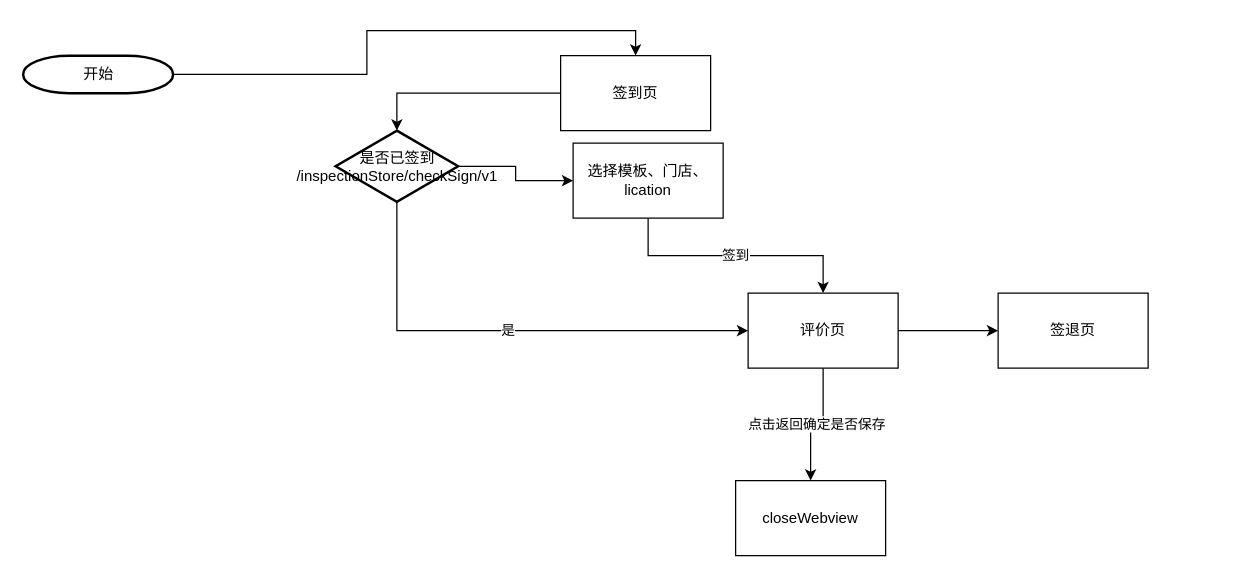
Rockergmail/draw.io keeps this draw.io diagram as Untitled Diagram.drawio. Above is the earlier version. Source tidied: cells renumbered, new cells numbered last; positions are measured from the earlier drawing's top-left corner, leaving out a move shared by most shapes. Both pictures are drawn from the tidied source at 125%, with x=0, y=0 at pixel (22, 55).
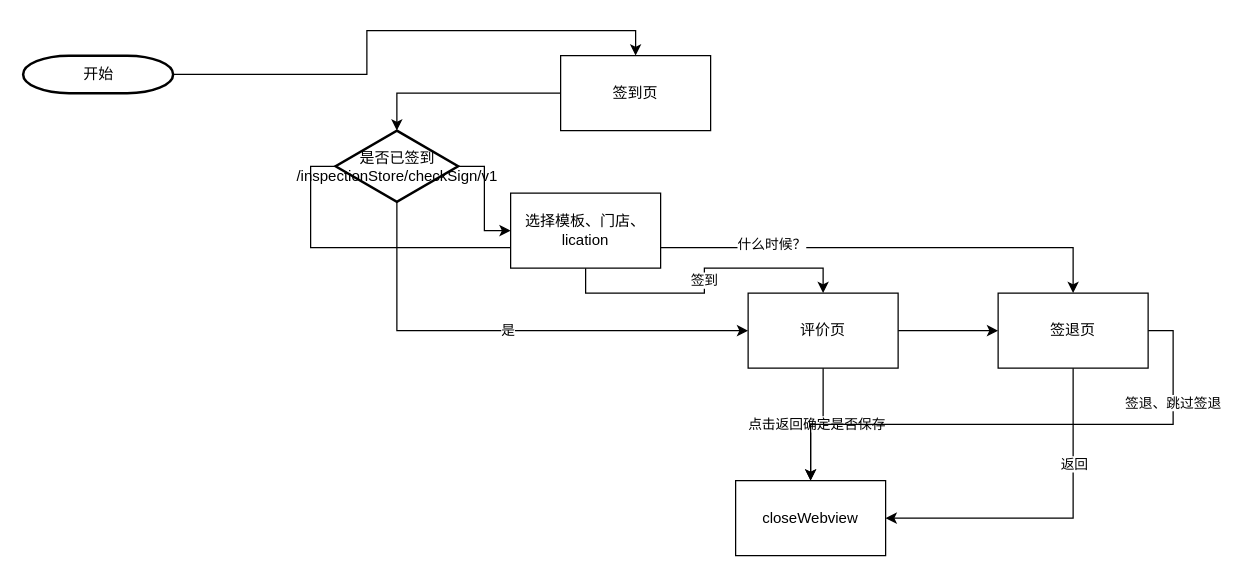
The same diagram, later.

Unchanged cells that the change refers to:
```xml
<mxCell id="6" value="是否已签到&lt;br&gt;/inspectionStore/checkSign/v1" style="shape=mxgraph.flowchart.decision;strokeWidth=2;gradientColor=none;gradientDirection=north;fontStyle=0;html=1;" parent="1" vertex="1">
  <mxGeometry x="250" y="60" width="98" height="57" as="geometry" />
</mxCell>
<mxCell id="14" value="closeWebview" style="rounded=0;whiteSpace=wrap;html=1;" parent="1" vertex="1">
  <mxGeometry x="570" y="340" width="120" height="60" as="geometry" />
</mxCell>
<mxCell id="15" value="签退页" style="rounded=0;whiteSpace=wrap;html=1;" parent="1" vertex="1">
  <mxGeometry x="780" y="190" width="120" height="60" as="geometry" />
</mxCell>
```

Diff of the diagram source:
```diff
@@
+    <mxCell id="16" value="什么时候？" style="edgeStyle=orthogonalEdgeStyle;rounded=0;jettySize=auto;html=1;exitX=0;exitY=0.5;exitDx=0;exitDy=0;exitPerimeter=0;entryX=0.5;entryY=0;entryDx=0;entryDy=0;" parent="1" edge="1" source="6" target="15">
+      <mxGeometry x="0.24" y="4" relative="1" as="geometry">
+        <mxPoint y="1" as="offset" />
+      </mxGeometry>
+    </mxCell>
@@
     <mxCell id="13" value="选择模板、门店、lication" style="rounded=0;whiteSpace=wrap;html=1;" parent="1" vertex="1">
-      <mxGeometry x="440" y="70" width="120" height="60" as="geometry" />
+      <mxGeometry x="390" y="110" width="120" height="60" as="geometry" />
     </mxCell>
@@
+    <mxCell id="17" style="edgeStyle=orthogonalEdgeStyle;rounded=0;jettySize=auto;html=1;exitX=0.5;exitY=1;exitDx=0;exitDy=0;entryX=1;entryY=0.5;entryDx=0;entryDy=0;" parent="1" edge="1" source="15" target="14">
+      <mxGeometry relative="1" as="geometry" />
+    </mxCell>
+    <mxCell id="18" value="返回" style="edgeLabel;html=1;align=center;verticalAlign=middle;" parent="17" vertex="1">
+      <mxGeometry x="-0.44" relative="1" as="geometry" />
+    </mxCell>
+    <mxCell id="19" style="edgeStyle=orthogonalEdgeStyle;rounded=0;jettySize=auto;html=1;exitX=1;exitY=0.5;exitDx=0;exitDy=0;entryX=0.5;entryY=0;entryDx=0;entryDy=0;" parent="1" edge="1" source="15" target="14">
+      <mxGeometry relative="1" as="geometry" />
+    </mxCell>
+    <mxCell id="20" value="签退、跳过签退" style="edgeLabel;html=1;align=center;verticalAlign=middle;" parent="19" vertex="1">
+      <mxGeometry x="-0.64" y="-1" relative="1" as="geometry" />
+    </mxCell>
```
